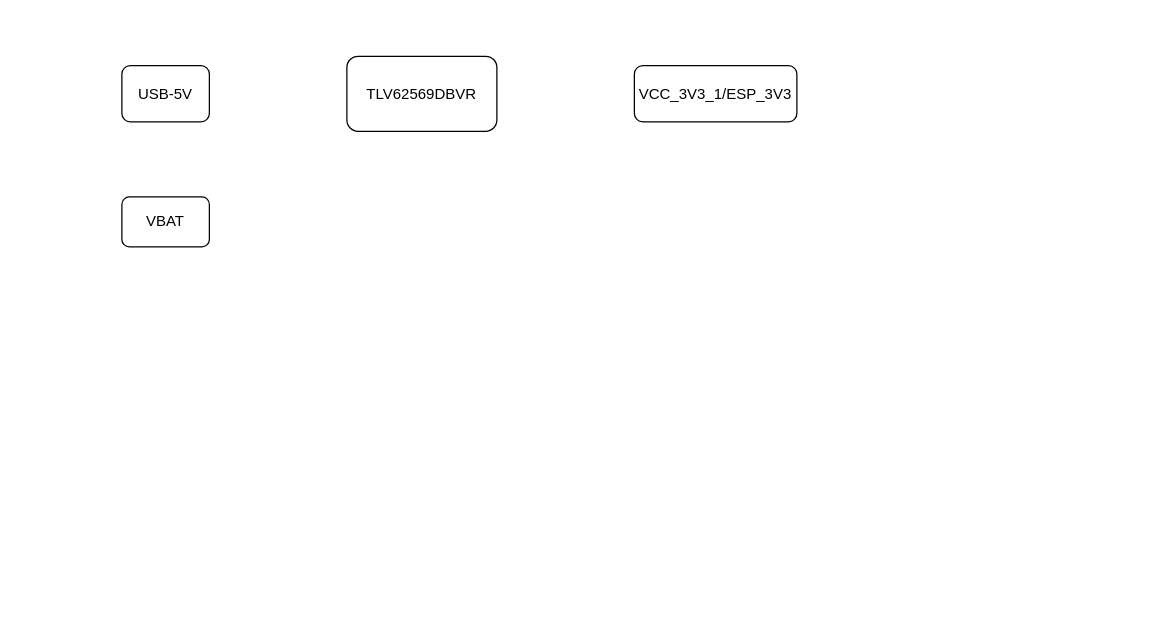
This is 电源管理-petlocate.drawio from mailonghua/drawio, a draw.io file, before an edit. Source tidied: cells renumbered, new cells numbered last; positions are measured from the earlier drawing's top-left corner, leaving out a move shared by most shapes. Both pictures are drawn from the tidied source at 125%, with x=0, y=0 at pixel (121, 56).
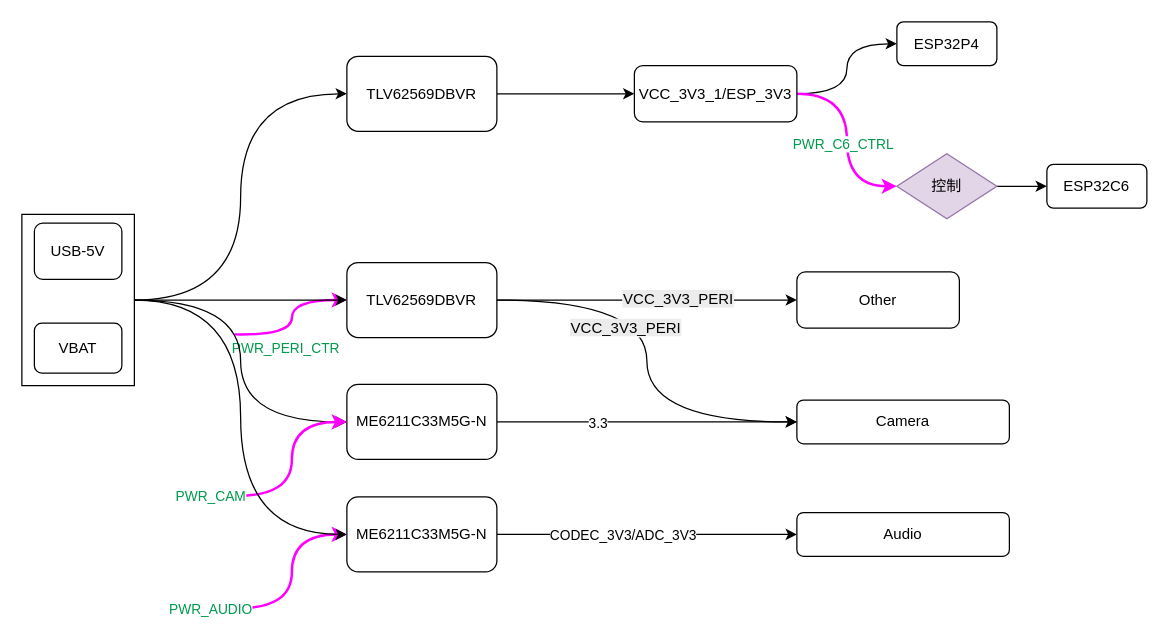
After the change.

Commit message (it also covers changes not shown here):
更新电源管理-petlocate.drawio

Change to the diagram source:
```diff
@@
+    <mxCell id="6" style="edgeStyle=orthogonalEdgeStyle;curved=1;rounded=0;jettySize=auto;html=1;exitX=1;exitY=0.5;exitDx=0;exitDy=0;" parent="1" edge="1" source="4" target="5">
+      <mxGeometry relative="1" as="geometry" />
+    </mxCell>
+    <mxCell id="4" value="TLV62569DBVR" style="rounded=1;whiteSpace=wrap;html=1;" parent="1" vertex="1">
+      <mxGeometry x="180" y="-0.5" width="120" height="60" as="geometry" />
+    </mxCell>
+    <mxCell id="7" style="edgeStyle=orthogonalEdgeStyle;curved=1;rounded=0;jettySize=auto;html=1;exitX=1;exitY=0.5;exitDx=0;exitDy=0;entryX=0;entryY=0.5;entryDx=0;entryDy=0;" parent="1" edge="1" source="5" target="12">
+      <mxGeometry relative="1" as="geometry" />
+    </mxCell>
+    <mxCell id="8" style="edgeStyle=orthogonalEdgeStyle;curved=1;rounded=0;jettySize=auto;html=1;exitX=1;exitY=0.5;exitDx=0;exitDy=0;entryX=0;entryY=0.5;entryDx=0;entryDy=0;strokeColor=#FF00FF;strokeWidth=2;" parent="1" edge="1" source="5" target="14">
+      <mxGeometry relative="1" as="geometry" />
+    </mxCell>
+    <mxCell id="9" value="PWR_C6_CTRL" style="edgeLabel;html=1;align=center;verticalAlign=middle;fontColor=#00994D;" parent="8" vertex="1">
+      <mxGeometry x="0.04" y="-4" relative="1" as="geometry" />
+    </mxCell>
+    <mxCell id="5" value="VCC_3V3_1/ESP_3V3" style="rounded=1;whiteSpace=wrap;html=1;" parent="1" vertex="1">
+      <mxGeometry x="410" y="7" width="130" height="45" as="geometry" />
+    </mxCell>
+    <mxCell id="10" style="group;" parent="1" vertex="1">
+      <mxGeometry x="-80" y="126" width="90" height="137" as="geometry" />
+    </mxCell>
+    <mxCell id="11" style="rounded=0;whiteSpace=wrap;html=1;" parent="10" vertex="1">
+      <mxGeometry width="90" height="137" as="geometry" />
+    </mxCell>
-    <mxCell id="2" value="USB-5V" style="rounded=1;whiteSpace=wrap;html=1;" parent="1" vertex="1">
-      <mxGeometry y="7" width="70" height="45" as="geometry" />
+    <mxCell id="2" value="USB-5V" style="rounded=1;whiteSpace=wrap;html=1;" parent="10" vertex="1">
+      <mxGeometry x="10" y="7" width="70" height="45" as="geometry" />
     </mxCell>
-    <mxCell id="3" value="VBAT" style="rounded=1;whiteSpace=wrap;html=1;" parent="1" vertex="1">
-      <mxGeometry y="112" width="70" height="40" as="geometry" />
+    <mxCell id="3" value="VBAT" style="rounded=1;whiteSpace=wrap;html=1;" parent="10" vertex="1">
+      <mxGeometry x="10" y="87" width="70" height="40" as="geometry" />
     </mxCell>
-    <mxCell id="4" value="TLV62569DBVR" style="rounded=1;whiteSpace=wrap;html=1;" parent="1" vertex="1">
-      <mxGeometry x="180" y="-0.5" width="120" height="60" as="geometry" />
-    </mxCell>
-    <mxCell id="5" value="VCC_3V3_1/ESP_3V3" style="rounded=1;whiteSpace=wrap;html=1;" parent="1" vertex="1">
-      <mxGeometry x="410" y="7" width="130" height="45" as="geometry" />
-    </mxCell>
+    <mxCell id="12" value="ESP32P4" style="rounded=1;whiteSpace=wrap;html=1;" parent="1" vertex="1">
+      <mxGeometry x="620" y="-28" width="80" height="35" as="geometry" />
+    </mxCell>
+    <mxCell id="13" style="edgeStyle=orthogonalEdgeStyle;curved=1;rounded=0;jettySize=auto;html=1;exitX=1;exitY=0.5;exitDx=0;exitDy=0;entryX=0;entryY=0.5;entryDx=0;entryDy=0;" parent="1" edge="1" source="14" target="15">
+      <mxGeometry relative="1" as="geometry" />
+    </mxCell>
+    <mxCell id="14" value="控制" style="rhombus;whiteSpace=wrap;html=1;fillColor=#e1d5e7;strokeColor=#9673a6;" parent="1" vertex="1">
+      <mxGeometry x="620" y="77.5" width="80" height="52" as="geometry" />
+    </mxCell>
+    <mxCell id="15" value="ESP32C6" style="rounded=1;whiteSpace=wrap;html=1;" parent="1" vertex="1">
+      <mxGeometry x="740" y="86" width="80" height="35" as="geometry" />
+    </mxCell>
+    <mxCell id="16" style="edgeStyle=orthogonalEdgeStyle;curved=1;rounded=0;jettySize=auto;html=1;exitX=1;exitY=0.5;exitDx=0;exitDy=0;entryX=0;entryY=0.5;entryDx=0;entryDy=0;" parent="1" edge="1" source="22" target="24">
+      <mxGeometry relative="1" as="geometry" />
+    </mxCell>
+    <mxCell id="17" value="&lt;span style=&quot;font-size: 12px; text-wrap: wrap; background-color: rgb(236, 236, 236);&quot;&gt;VCC_3V3_PERI&lt;/span&gt;" style="edgeLabel;html=1;align=center;verticalAlign=middle;" parent="16" vertex="1">
+      <mxGeometry x="0.2" y="1" relative="1" as="geometry" />
+    </mxCell>
+    <mxCell id="18" style="edgeStyle=orthogonalEdgeStyle;curved=1;rounded=0;jettySize=auto;html=1;exitX=0;exitY=0.5;exitDx=0;exitDy=0;startArrow=classic;startFill=1;endArrow=none;endFill=0;strokeColor=#FF00FF;strokeWidth=2;" parent="1" edge="1" source="22">
+      <mxGeometry relative="1" as="geometry">
+        <mxPoint x="90" y="222" as="targetPoint" />
+        <Array as="points">
+          <mxPoint x="136" y="195" />
+          <mxPoint x="136" y="223" />
+          <mxPoint x="90" y="223" />
+        </Array>
+      </mxGeometry>
+    </mxCell>
+    <mxCell id="19" value="&lt;span style=&quot;color: rgb(0, 153, 77);&quot;&gt;PWR_PERI_CTR&lt;/span&gt;" style="edgeLabel;html=1;align=center;verticalAlign=middle;" parent="18" vertex="1">
+      <mxGeometry x="0.41" y="-2" relative="1" as="geometry">
+        <mxPoint x="6" y="12" as="offset" />
+      </mxGeometry>
+    </mxCell>
+    <mxCell id="20" style="edgeStyle=orthogonalEdgeStyle;curved=1;rounded=0;jettySize=auto;html=1;exitX=1;exitY=0.5;exitDx=0;exitDy=0;entryX=0;entryY=0.5;entryDx=0;entryDy=0;" parent="1" edge="1" source="22" target="30">
+      <mxGeometry relative="1" as="geometry" />
+    </mxCell>
+    <mxCell id="21" value="&lt;span style=&quot;font-size: 12px; text-wrap: wrap; background-color: rgb(236, 236, 236);&quot;&gt;VCC_3V3_PERI&lt;/span&gt;" style="edgeLabel;html=1;align=center;verticalAlign=middle;" parent="20" vertex="1">
+      <mxGeometry x="-0.16" y="-18" relative="1" as="geometry" />
+    </mxCell>
+    <mxCell id="22" value="TLV62569DBVR" style="rounded=1;whiteSpace=wrap;html=1;" parent="1" vertex="1">
+      <mxGeometry x="180" y="164.5" width="120" height="60" as="geometry" />
+    </mxCell>
+    <mxCell id="23" style="edgeStyle=orthogonalEdgeStyle;curved=1;rounded=0;jettySize=auto;html=1;exitX=1;exitY=0.5;exitDx=0;exitDy=0;entryX=0;entryY=0.5;entryDx=0;entryDy=0;" parent="1" edge="1" source="11" target="22">
+      <mxGeometry relative="1" as="geometry" />
+    </mxCell>
+    <mxCell id="24" value="Other" style="rounded=1;whiteSpace=wrap;html=1;" parent="1" vertex="1">
+      <mxGeometry x="540" y="172" width="130" height="45" as="geometry" />
+    </mxCell>
+    <mxCell id="25" style="edgeStyle=orthogonalEdgeStyle;curved=1;rounded=0;jettySize=auto;html=1;exitX=1;exitY=0.5;exitDx=0;exitDy=0;entryX=0;entryY=0.5;entryDx=0;entryDy=0;" parent="1" edge="1" source="11" target="4">
+      <mxGeometry relative="1" as="geometry" />
+    </mxCell>
+    <mxCell id="26" style="edgeStyle=orthogonalEdgeStyle;curved=1;rounded=0;jettySize=auto;html=1;exitX=1;exitY=0.5;exitDx=0;exitDy=0;entryX=0;entryY=0.5;entryDx=0;entryDy=0;" parent="1" edge="1" source="28" target="30">
+      <mxGeometry relative="1" as="geometry" />
+    </mxCell>
+    <mxCell id="27" value="3.3" style="edgeLabel;html=1;align=center;verticalAlign=middle;" parent="26" vertex="1">
+      <mxGeometry x="-0.33" relative="1" as="geometry" />
+    </mxCell>
+    <mxCell id="28" value="ME6211C33M5G-N" style="rounded=1;whiteSpace=wrap;html=1;" parent="1" vertex="1">
+      <mxGeometry x="180" y="262" width="120" height="60" as="geometry" />
+    </mxCell>
+    <mxCell id="29" style="edgeStyle=orthogonalEdgeStyle;curved=1;rounded=0;jettySize=auto;html=1;exitX=1;exitY=0.5;exitDx=0;exitDy=0;entryX=0;entryY=0.5;entryDx=0;entryDy=0;" parent="1" edge="1" source="11" target="28">
+      <mxGeometry relative="1" as="geometry" />
+    </mxCell>
+    <mxCell id="30" value="Camera" style="rounded=1;whiteSpace=wrap;html=1;" parent="1" vertex="1">
+      <mxGeometry x="540" y="274.5" width="170" height="35" as="geometry" />
+    </mxCell>
+    <mxCell id="31" style="edgeStyle=orthogonalEdgeStyle;curved=1;rounded=0;jettySize=auto;html=1;exitX=0;exitY=0.5;exitDx=0;exitDy=0;startArrow=classic;startFill=1;endArrow=none;endFill=0;strokeColor=#FF00FF;strokeWidth=2;" parent="1" edge="1" source="28">
+      <mxGeometry relative="1" as="geometry">
+        <mxPoint x="90" y="351" as="targetPoint" />
+        <Array as="points">
+          <mxPoint x="136" y="292" />
+          <mxPoint x="136" y="352" />
+          <mxPoint x="90" y="352" />
+        </Array>
+      </mxGeometry>
+    </mxCell>
+    <mxCell id="32" value="&lt;span style=&quot;color: rgb(0, 153, 77);&quot;&gt;PWR_CAM&lt;/span&gt;" style="edgeLabel;html=1;align=center;verticalAlign=middle;" parent="31" vertex="1">
+      <mxGeometry x="0.41" y="-2" relative="1" as="geometry">
+        <mxPoint x="-64" y="2" as="offset" />
+      </mxGeometry>
+    </mxCell>
+    <mxCell id="33" style="edgeStyle=orthogonalEdgeStyle;curved=1;rounded=0;jettySize=auto;html=1;exitX=1;exitY=0.5;exitDx=0;exitDy=0;entryX=0;entryY=0.5;entryDx=0;entryDy=0;" parent="1" edge="1" source="35" target="36">
+      <mxGeometry relative="1" as="geometry" />
+    </mxCell>
+    <mxCell id="34" value="CODEC_3V3/ADC_3V3" style="edgeLabel;html=1;align=center;verticalAlign=middle;" parent="33" vertex="1">
+      <mxGeometry x="-0.39" y="-1" relative="1" as="geometry">
+        <mxPoint x="27" y="-1" as="offset" />
+      </mxGeometry>
+    </mxCell>
+    <mxCell id="35" value="ME6211C33M5G-N" style="rounded=1;whiteSpace=wrap;html=1;" parent="1" vertex="1">
+      <mxGeometry x="180" y="352" width="120" height="60" as="geometry" />
+    </mxCell>
+    <mxCell id="36" value="Audio" style="rounded=1;whiteSpace=wrap;html=1;" parent="1" vertex="1">
+      <mxGeometry x="540" y="364.5" width="170" height="35" as="geometry" />
+    </mxCell>
+    <mxCell id="37" style="edgeStyle=orthogonalEdgeStyle;curved=1;rounded=0;jettySize=auto;html=1;exitX=0;exitY=0.5;exitDx=0;exitDy=0;startArrow=classic;startFill=1;endArrow=none;endFill=0;strokeColor=#FF00FF;strokeWidth=2;" parent="1" edge="1" source="35">
+      <mxGeometry relative="1" as="geometry">
+        <mxPoint x="90" y="441" as="targetPoint" />
+        <Array as="points">
+          <mxPoint x="136" y="382" />
+          <mxPoint x="136" y="442" />
+          <mxPoint x="90" y="442" />
+        </Array>
+      </mxGeometry>
+    </mxCell>
+    <mxCell id="38" value="&lt;span style=&quot;color: rgb(0, 153, 77);&quot;&gt;PWR_AUDIO&lt;/span&gt;" style="edgeLabel;html=1;align=center;verticalAlign=middle;" parent="37" vertex="1">
+      <mxGeometry x="0.41" y="-2" relative="1" as="geometry">
+        <mxPoint x="-64" y="2" as="offset" />
+      </mxGeometry>
+    </mxCell>
+    <mxCell id="39" style="edgeStyle=orthogonalEdgeStyle;curved=1;rounded=0;jettySize=auto;html=1;exitX=1;exitY=0.5;exitDx=0;exitDy=0;entryX=0;entryY=0.5;entryDx=0;entryDy=0;" parent="1" edge="1" source="11" target="35">
+      <mxGeometry relative="1" as="geometry" />
+    </mxCell>
```
